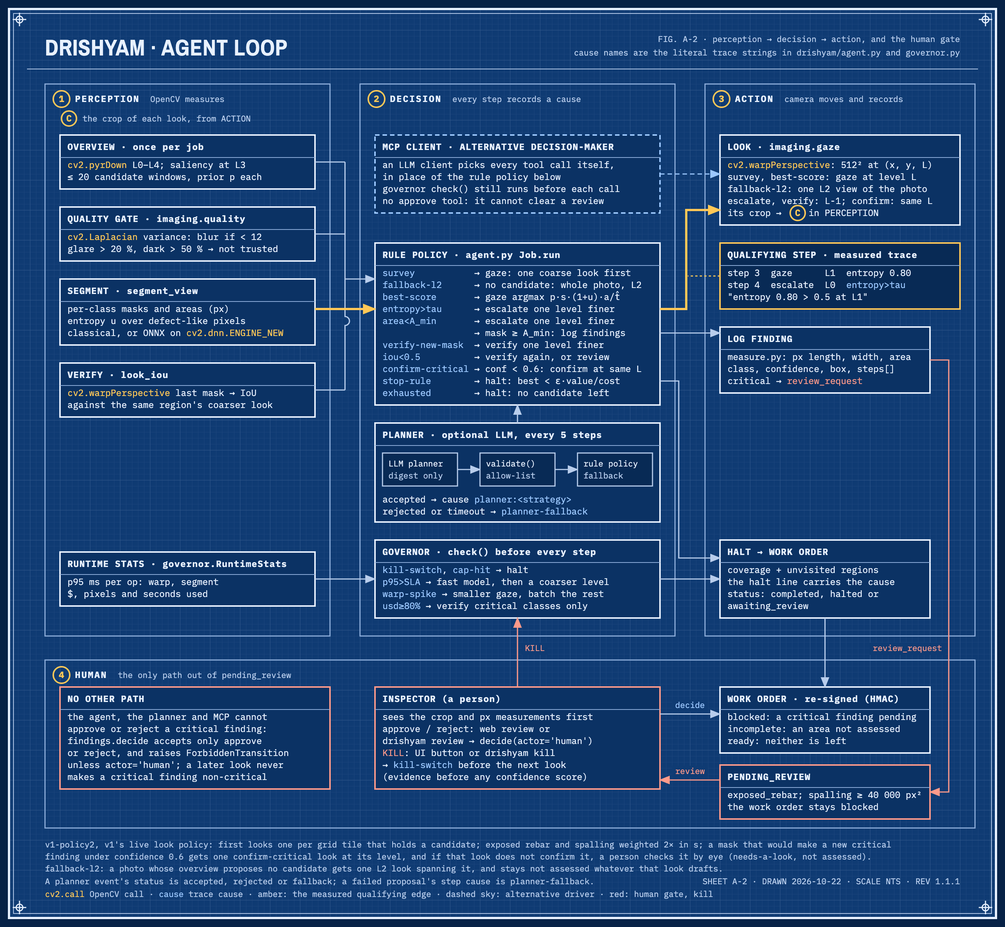
Earlier version of the Mermaid export docs/agent-loop.png (vj-io/drishyam). Its source is kept beside it as docs/agent-loop.mmd.
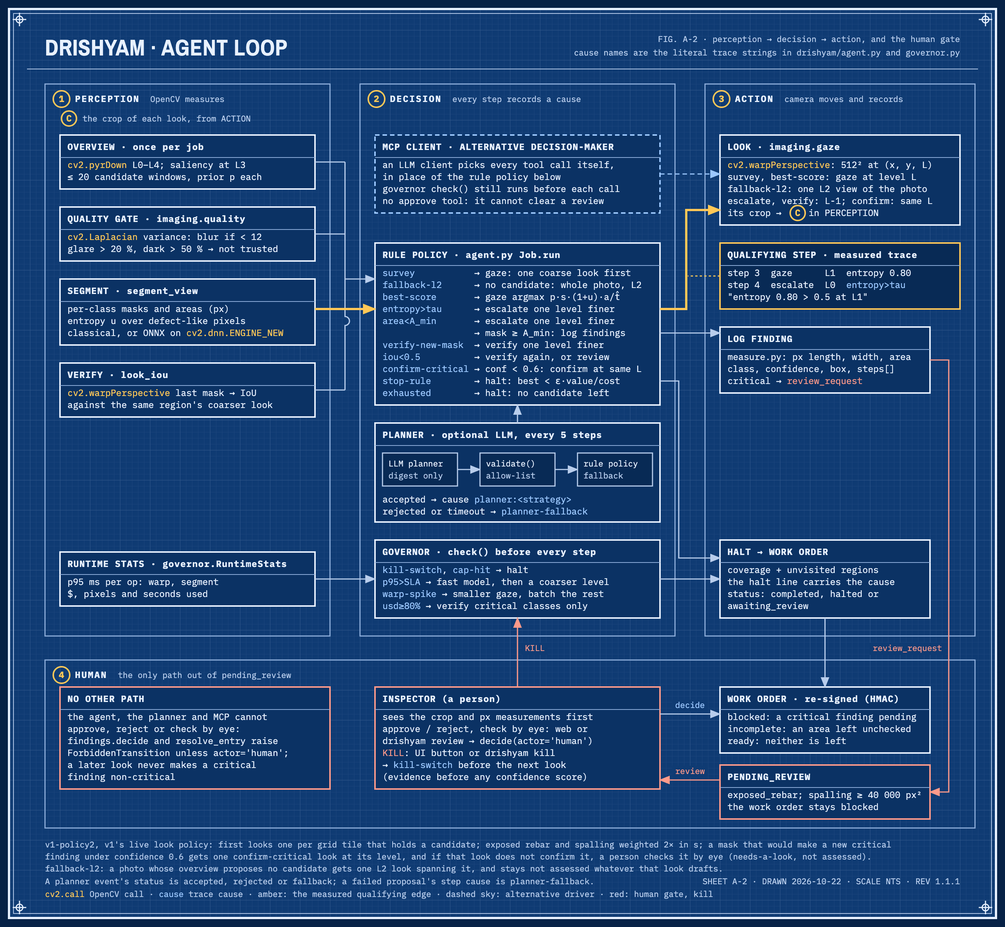
The same file after the commit.

Commit message:
docs: a person's check by eye in README, report and both figures; the site's meta descriptions and the contract's live commit

Change to the diagram source:
```diff
@@ -28,8 +28,8 @@
 
     subgraph HUMAN["4 · HUMAN"]
         PEND["pending_review<br/>exposed_rebar · spalling ≥ 40 000 px²"]
-        INSP(["inspector, a person<br/>approve or reject: decide(actor='human')<br/>decide accepts approve and reject only"])
-        WO["work order, re-signed (HMAC)<br/>blocked: a critical finding pending<br/>incomplete: an area not assessed<br/>ready: neither is left"]
+        INSP(["inspector, a person<br/>approve or reject: decide(actor='human')<br/>decide accepts approve and reject only<br/>check by eye: resolve_entry(actor='human')"])
+        WO["work order, re-signed (HMAC)<br/>blocked: a critical finding pending<br/>incomplete: an area left unchecked<br/>ready: neither is left"]
         KILL(["KILL: UI button or drishyam kill"])
     end
 
@@ -46,7 +46,7 @@
     MCP -.->|"tool calls"| LOOK
     FIND -->|"critical: review_request"| PEND
     PEND --> INSP
-    INSP -->|"approve / reject"| WO
+    INSP -->|"approve / reject, check by eye"| WO
     HALT --> WO
     KILL -->|"kill-switch"| GOV
     LOOK -->|"crop of each look"| QG
```
